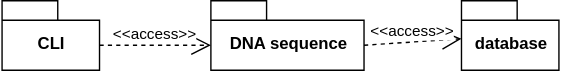
Before: DNA_analyzer_package_diagram.svg, a diagram exported from draw.io (darthc9/DNA_analyzer). Source tidied: cells renumbered, new cells last; positions are measured from the earlier drawing's top-left corner, leaving out a move shared by most shapes.
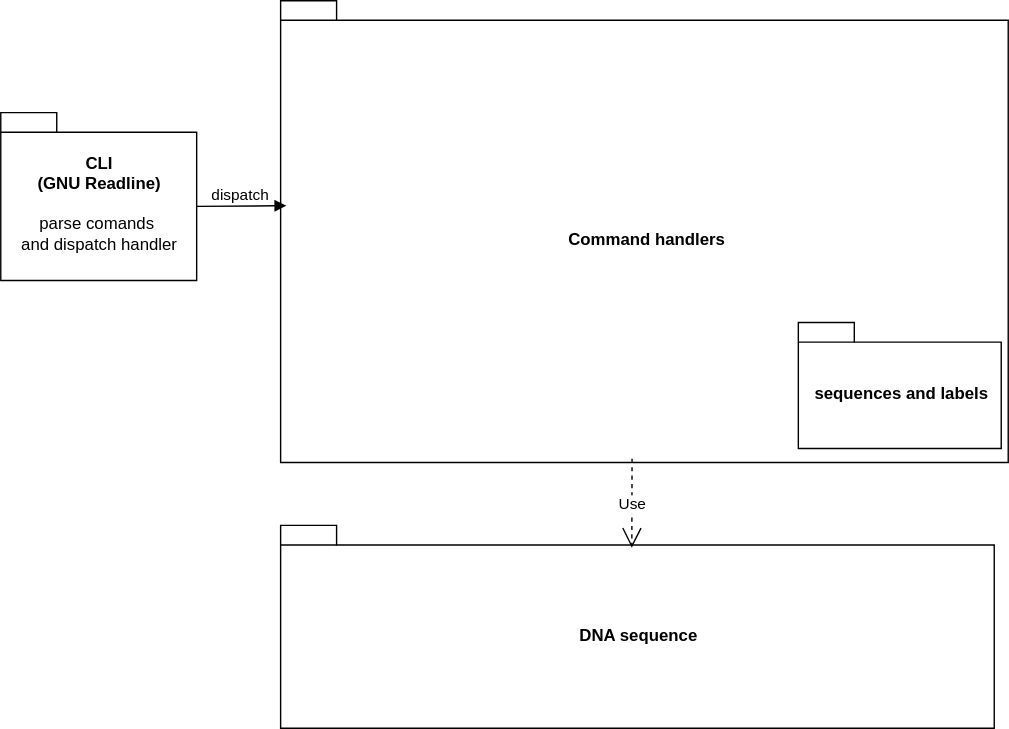
The same file after the commit.

Diff of the diagram source:
```diff
@@ -2,20 +2,25 @@
   <root>
     <mxCell id="0" />
     <mxCell id="1" parent="0" />
-    <mxCell id="2" value="CLI" style="shape=folder;fontStyle=1;spacingTop=10;tabWidth=40;tabHeight=14;tabPosition=left;html=1;" parent="1" vertex="1">
-      <mxGeometry width="70" height="50" as="geometry" />
+    <mxCell id="2" value="CLI&lt;br&gt;(GNU Readline)&lt;br&gt;&lt;br&gt;&lt;span style=&quot;font-weight: normal&quot;&gt;parse comands&amp;nbsp;&lt;br&gt;and dispatch handler&lt;/span&gt;" style="shape=folder;fontStyle=1;spacingTop=10;tabWidth=40;tabHeight=14;tabPosition=left;html=1;" parent="1" vertex="1">
+      <mxGeometry x="-70" width="140" height="120" as="geometry" />
     </mxCell>
-    <mxCell id="3" value="DNA sequence" style="shape=folder;fontStyle=1;spacingTop=10;tabWidth=40;tabHeight=14;tabPosition=left;html=1;" parent="1" vertex="1">
-      <mxGeometry x="150" width="110" height="50" as="geometry" />
+    <mxCell id="3" value="Command handlers" style="shape=folder;fontStyle=1;spacingTop=10;tabWidth=40;tabHeight=14;tabPosition=left;html=1;" parent="1" vertex="1">
+      <mxGeometry x="130" y="-80" width="520" height="330" as="geometry" />
     </mxCell>
-    <mxCell id="4" value="database" style="shape=folder;fontStyle=1;spacingTop=10;tabWidth=40;tabHeight=14;tabPosition=left;html=1;" parent="1" vertex="1">
-      <mxGeometry x="330" width="70" height="50" as="geometry" />
+    <mxCell id="4" value="sequences and labels" style="shape=folder;fontStyle=1;spacingTop=10;tabWidth=40;tabHeight=14;tabPosition=left;html=1;" parent="1" vertex="1">
+      <mxGeometry x="500" y="150" width="145" height="90" as="geometry" />
     </mxCell>
+    <mxCell id="7" value="DNA sequence" style="shape=folder;fontStyle=1;spacingTop=10;tabWidth=40;tabHeight=14;tabPosition=left;html=1;" parent="1" vertex="1">
+      <mxGeometry x="130" y="295" width="510" height="145" as="geometry" />
+    </mxCell>
-    <mxCell id="5" value="&amp;lt;&amp;lt;access&amp;gt;&amp;gt;" style="edgeStyle=none;html=1;endArrow=open;endSize=12;dashed=1;verticalAlign=bottom;entryX=0;entryY=0;entryDx=0;entryDy=32;entryPerimeter=0;exitX=0;exitY=0;exitDx=70;exitDy=32;exitPerimeter=0;" parent="1" edge="1" source="2" target="3">
+    <mxCell id="5" value="dispatch" style="html=1;verticalAlign=bottom;endArrow=block;exitX=0;exitY=0;exitDx=140;exitDy=67;exitPerimeter=0;entryX=0.008;entryY=0.444;entryDx=0;entryDy=0;entryPerimeter=0;" parent="1" edge="1" source="2" target="3">
       <mxGeometry relative="1" as="geometry" />
     </mxCell>
-    <mxCell id="6" value="&amp;lt;&amp;lt;access&amp;gt;&amp;gt;" style="edgeStyle=none;html=1;endArrow=open;endSize=12;dashed=1;verticalAlign=bottom;exitX=0;exitY=0;exitDx=110;exitDy=32;exitPerimeter=0;" parent="1" edge="1" source="3" target="4">
-      <mxGeometry relative="1" as="geometry" />
-    </mxCell>
+    <mxCell id="8" value="Use" style="endArrow=open;endSize=12;dashed=1;html=1;exitX=0.483;exitY=0.992;exitDx=0;exitDy=0;exitPerimeter=0;" parent="1" edge="1" source="3">
+      <mxGeometry relative="1" as="geometry">
+        <mxPoint x="381" y="311" as="targetPoint" />
+      </mxGeometry>
+    </mxCell>
   </root>
 </mxGraphModel>
```
